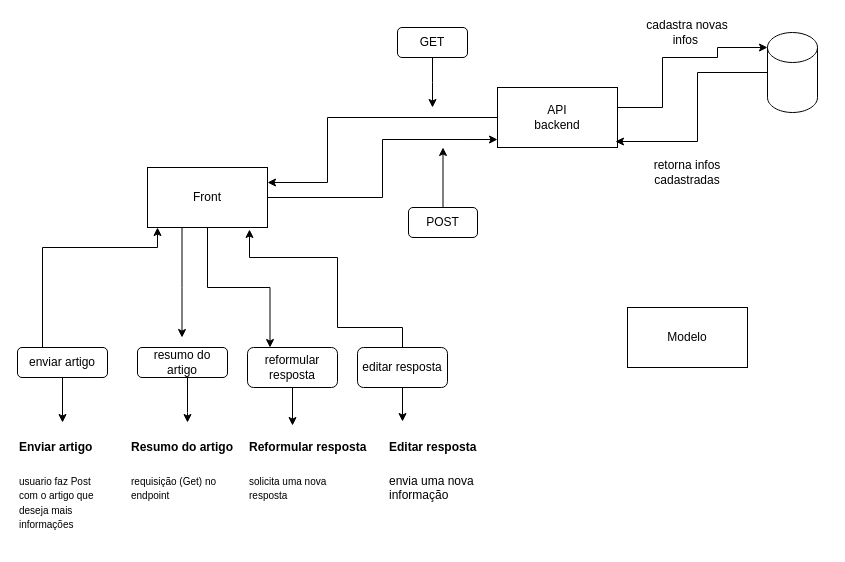
britobeatriz/c0miss40proj3ct keeps this draw.io diagram as Diagrama sem nome.drawio. Above is the earlier version. Source tidied: cells renumbered, new cells numbered last; positions are measured from the earlier drawing's top-left corner, leaving out a move shared by most shapes. Both pictures are drawn from the tidied source at 100%, with x=0, y=0 at pixel (17, 17).
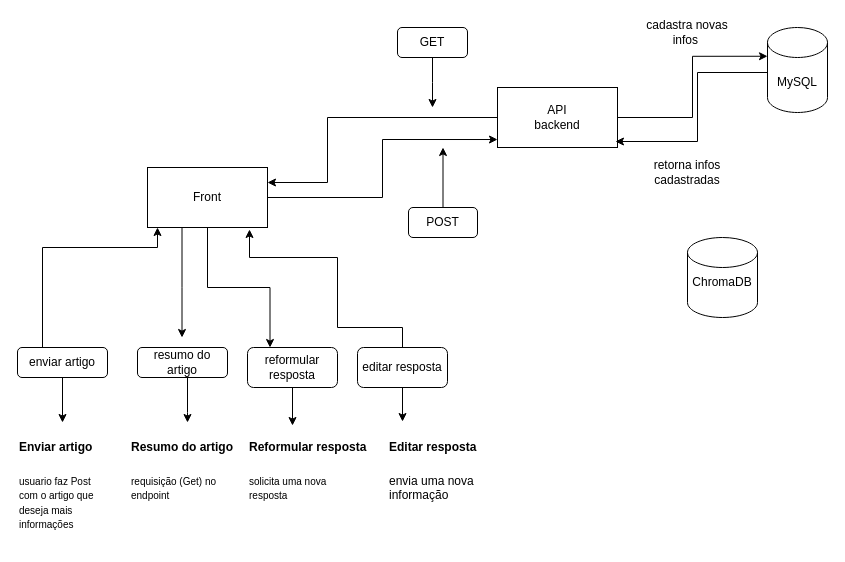
After the change.

Unchanged cells that the change refers to:
```xml
<mxCell id="7" value="API&lt;div&gt;backend&lt;/div&gt;" style="rounded=0;whiteSpace=wrap;html=1;" parent="1" vertex="1">
  <mxGeometry x="480" y="70" width="120" height="60" as="geometry" />
</mxCell>
```

Diff of the diagram source:
```diff
@@
-    <mxCell id="6" style="edgeStyle=orthogonalEdgeStyle;rounded=0;jettySize=auto;html=1;exitX=1;exitY=0.5;exitDx=0;exitDy=0;entryX=0;entryY=0;entryDx=0;entryDy=15;entryPerimeter=0;" parent="1" edge="1" target="8">
-      <mxGeometry relative="1" as="geometry">
-        <mxPoint x="600" y="90" as="sourcePoint" />
-        <Array as="points">
-          <mxPoint x="645" y="90" />
-          <mxPoint x="645" y="40" />
-          <mxPoint x="700" y="40" />
-          <mxPoint x="700" y="30" />
-        </Array>
-      </mxGeometry>
-    </mxCell>
@@
     <mxCell id="8" style="shape=cylinder3;whiteSpace=wrap;html=1;boundedLbl=1;backgroundOutline=1;size=15;" parent="1" vertex="1">
-      <mxGeometry x="750" y="15" width="50" height="80" as="geometry" />
+      <mxGeometry x="750" y="10" width="60" height="85" as="geometry" />
     </mxCell>
-    <mxCell id="9" value="Modelo" style="rounded=0;whiteSpace=wrap;html=1;" parent="1" vertex="1">
-      <mxGeometry x="610" y="290" width="120" height="60" as="geometry" />
-    </mxCell>
@@
+    <mxCell id="32" value="MySQL" style="text;html=1;align=center;verticalAlign=middle;whiteSpace=wrap;rounded=0;" parent="1" vertex="1">
+      <mxGeometry x="755" y="50" width="50" height="30" as="geometry" />
+    </mxCell>
+    <mxCell id="33" style="shape=cylinder3;whiteSpace=wrap;html=1;boundedLbl=1;backgroundOutline=1;size=15;" parent="1" vertex="1">
+      <mxGeometry x="670" y="220" width="70" height="80" as="geometry" />
+    </mxCell>
+    <mxCell id="34" value="ChromaDB" style="text;html=1;align=center;verticalAlign=middle;whiteSpace=wrap;rounded=0;" parent="1" vertex="1">
+      <mxGeometry x="675" y="250" width="60" height="30" as="geometry" />
+    </mxCell>
+    <mxCell id="35" style="edgeStyle=orthogonalEdgeStyle;rounded=0;jettySize=auto;html=1;entryX=0;entryY=0;entryDx=0;entryDy=28.75;entryPerimeter=0;" parent="1" edge="1" source="7" target="8">
+      <mxGeometry relative="1" as="geometry" />
+    </mxCell>
```
